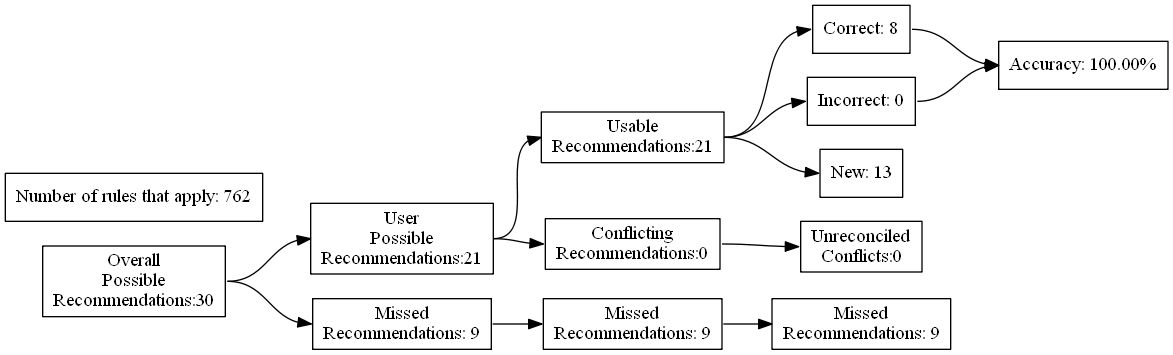
ZaxR/ibd_diet_analysis keeps this Graphviz diagram as test_renders/2.gv.png. Above is the earlier version. Its source is kept beside it as test_renders/2.gv.
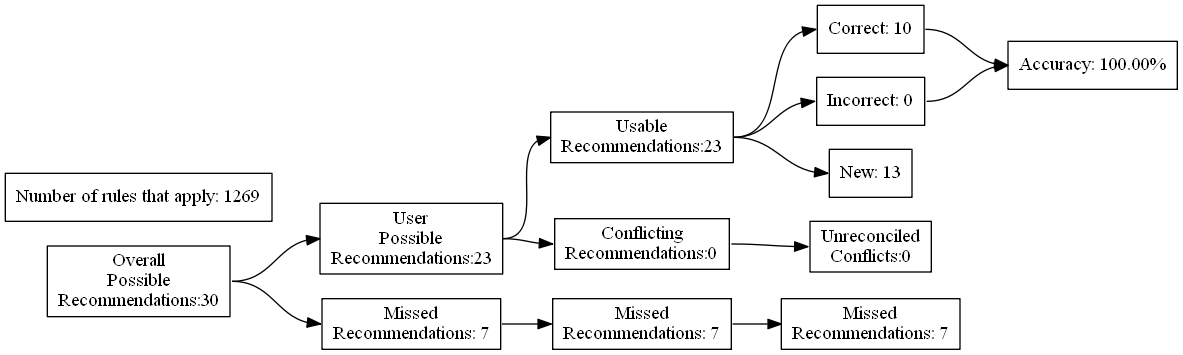
The same file after the commit.

Diff of the diagram source:
```diff
@@ -7,24 +7,24 @@
 Recommendations:30"]
 		B [label="User
 Possible
-Recommendations:21"]
+Recommendations:23"]
 		C [label="Missed
-Recommendations: 9"]
+Recommendations: 7"]
 		D [label="Usable
-Recommendations:21"]
+Recommendations:23"]
 		E [label="Conflicting
 Recommendations:0"]
 		J [label="Missed
-Recommendations: 9"]
+Recommendations: 7"]
 		M [label="Unreconciled
 Conflicts:0"]
-		F [label="Correct: 8"]
+		F [label="Correct: 10"]
 		G [label="Incorrect: 0"]
 		H [label="New: 13"]
 		K [label="Missed
-Recommendations: 9"]
+Recommendations: 7"]
 		I [label="Accuracy: 100.00%"]
-		l [label="Number of rules that apply: 762"]
+		l [label="Number of rules that apply: 1269"]
 			A -> B
 			A -> C
 			B -> D
```
